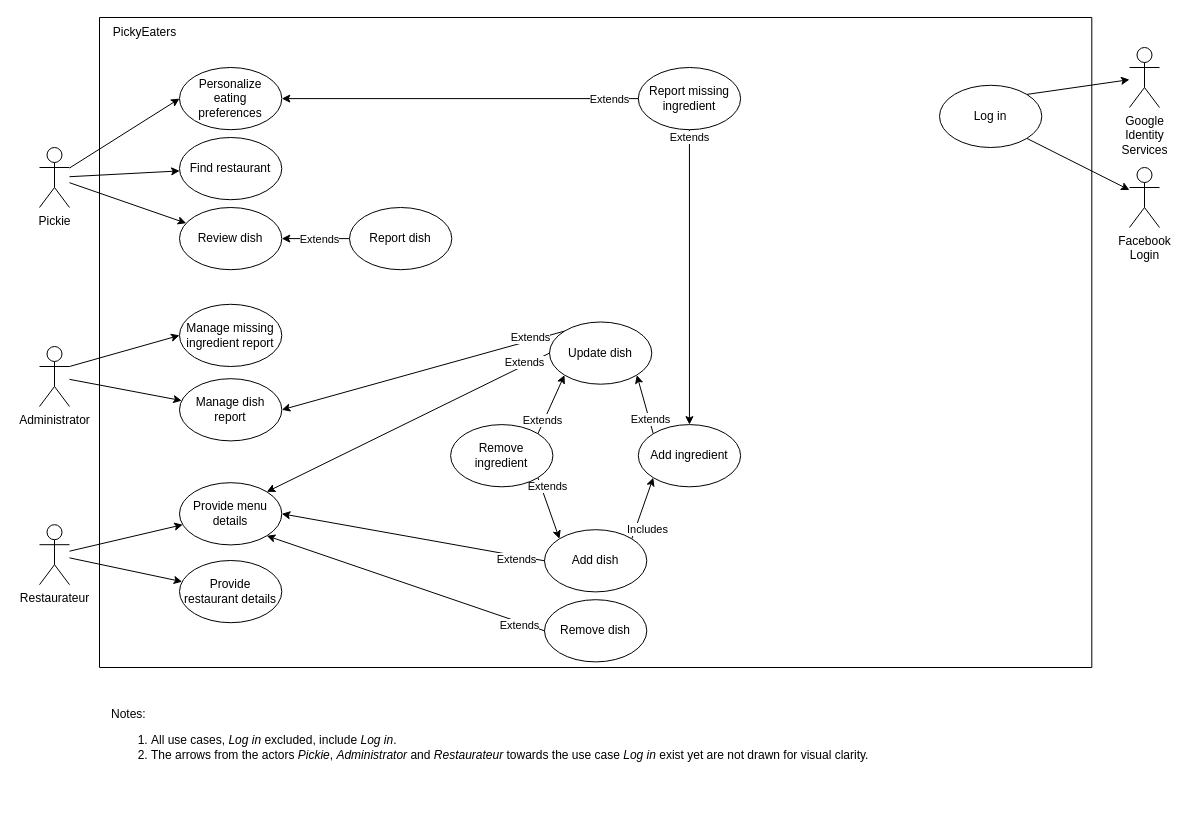
Before: 1 Software Requirement Specification/Use Case Diagram - Falessi.drawio in CristianaGiustiniani/ProgettoISPW, a draw.io diagram. Source tidied: cells renumbered, new cells numbered last; positions are measured from the earlier drawing's top-left corner, leaving out a move shared by most shapes. Both pictures are drawn from the tidied source at 100%, with x=0, y=0 at pixel (39, 17).
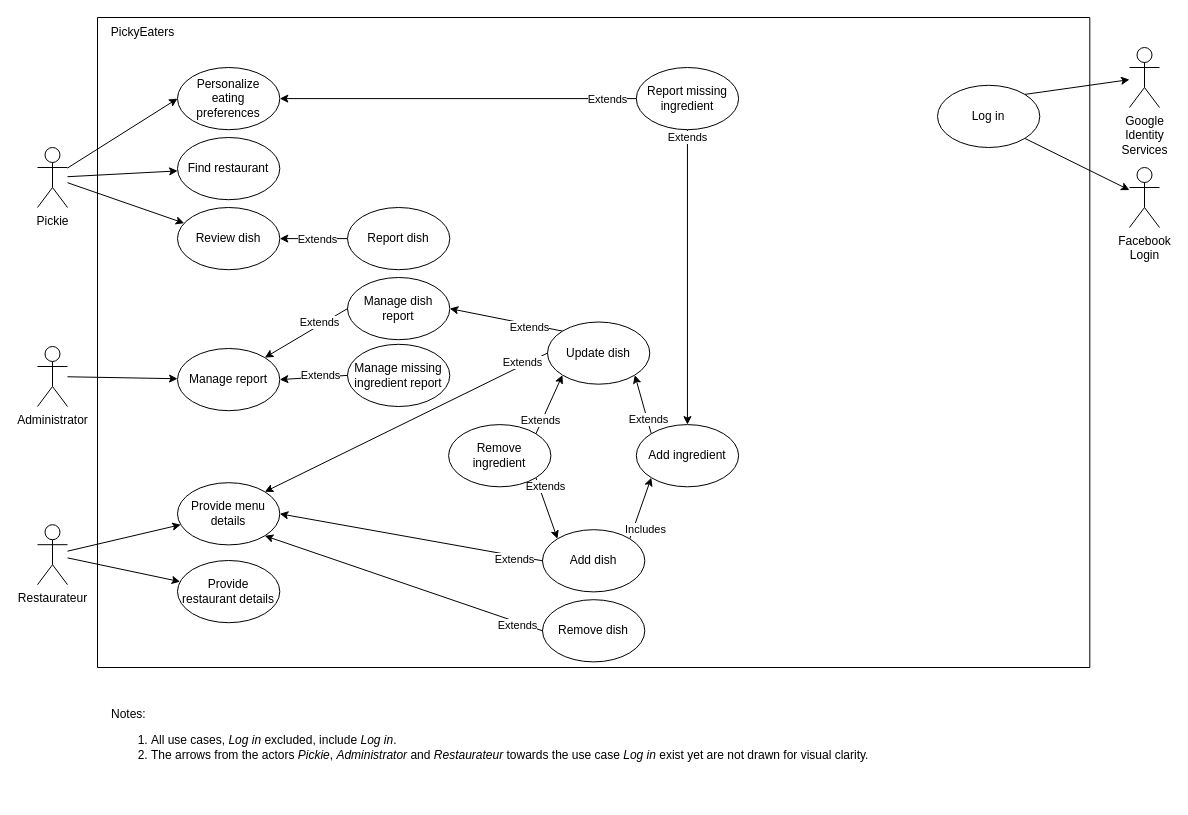
Above is the later version.

Commit message (it also covers changes not shown here):
Aggiornato UC Diagram: Inserito lo UC generale Manage report; aggiornata documentazione: aggiornato UC Diagram e Internal steps per UC Add dish

The change refers to these unchanged cells:
```xml
<mxCell id="29" style="rounded=0;jettySize=auto;html=1;entryX=1;entryY=0.5;entryDx=0;entryDy=0;exitX=0;exitY=0;exitDx=0;exitDy=0;" parent="3" edge="1" source="16" target="28">
  <mxGeometry relative="1" as="geometry" />
</mxCell>
<mxCell id="47" value="Administrator" style="shape=umlActor;verticalLabelPosition=bottom;verticalAlign=top;html=1;" parent="3" vertex="1">
  <mxGeometry x="-60" y="329" width="30" height="60" as="geometry" />
</mxCell>
```

Diff of the diagram source:
```diff
@@
     <mxCell id="3" style="swimlane;startSize=0;" parent="1" vertex="1">
-      <mxGeometry x="60" width="992.3" height="650" as="geometry" />
+      <mxGeometry x="58" width="992.3" height="650" as="geometry" />
     </mxCell>
@@
     <mxCell id="28" value="Manage dish report" style="ellipse;whiteSpace=wrap;html=1;" parent="3" vertex="1">
-      <mxGeometry x="80" y="361.2" width="102.3" height="62.2" as="geometry" />
+      <mxGeometry x="250" y="260" width="102.3" height="62.2" as="geometry" />
     </mxCell>
@@
     <mxCell id="30" value="Extends" style="edgeLabel;html=1;align=center;verticalAlign=middle;" parent="29" vertex="1">
       <mxGeometry x="-0.76" y="-1" relative="1" as="geometry">
-        <mxPoint y="-3" as="offset" />
+        <mxPoint x="-20" as="offset" />
       </mxGeometry>
     </mxCell>
@@
     <mxCell id="41" value="Manage missing ingredient report" style="ellipse;whiteSpace=wrap;html=1;" parent="3" vertex="1">
-      <mxGeometry x="80" y="286.8" width="102.3" height="62.2" as="geometry" />
+      <mxGeometry x="250" y="326.8" width="102.3" height="62.2" as="geometry" />
     </mxCell>
@@
+    <mxCell id="56" style="rounded=0;jettySize=auto;html=1;" parent="3" edge="1" source="47" target="59">
+      <mxGeometry relative="1" as="geometry" />
+    </mxCell>
@@
-    <mxCell id="48" style="rounded=0;jettySize=auto;html=1;" parent="3" edge="1" source="47" target="28">
+    <mxCell id="48" style="rounded=0;jettySize=auto;html=1;exitX=0;exitY=0.5;exitDx=0;exitDy=0;entryX=1;entryY=0;entryDx=0;entryDy=0;" parent="3" edge="1" source="28" target="59">
       <mxGeometry relative="1" as="geometry" />
     </mxCell>
+    <mxCell id="57" value="Extends" style="edgeLabel;html=1;align=center;verticalAlign=middle;" parent="48" vertex="1">
+      <mxGeometry x="-0.51" y="1" relative="1" as="geometry">
+        <mxPoint x="-8" as="offset" />
+      </mxGeometry>
+    </mxCell>
-    <mxCell id="49" style="rounded=0;jettySize=auto;html=1;exitX=1;exitY=0.3333333333333333;exitDx=0;exitDy=0;exitPerimeter=0;entryX=0;entryY=0.5;entryDx=0;entryDy=0;" parent="3" edge="1" source="47" target="41">
+    <mxCell id="49" style="rounded=0;jettySize=auto;html=1;exitX=0;exitY=0.5;exitDx=0;exitDy=0;entryX=1;entryY=0.5;entryDx=0;entryDy=0;" parent="3" edge="1" source="41" target="59">
       <mxGeometry relative="1" as="geometry" />
     </mxCell>
+    <mxCell id="58" value="Extends" style="edgeLabel;html=1;align=center;verticalAlign=middle;" parent="49" vertex="1">
+      <mxGeometry x="-0.56" y="1" relative="1" as="geometry">
+        <mxPoint x="-13" y="-2" as="offset" />
+      </mxGeometry>
+    </mxCell>
@@
+    <mxCell id="59" value="Manage report" style="ellipse;whiteSpace=wrap;html=1;" parent="3" vertex="1">
+      <mxGeometry x="80" y="331" width="102.3" height="62.2" as="geometry" />
+    </mxCell>
```
